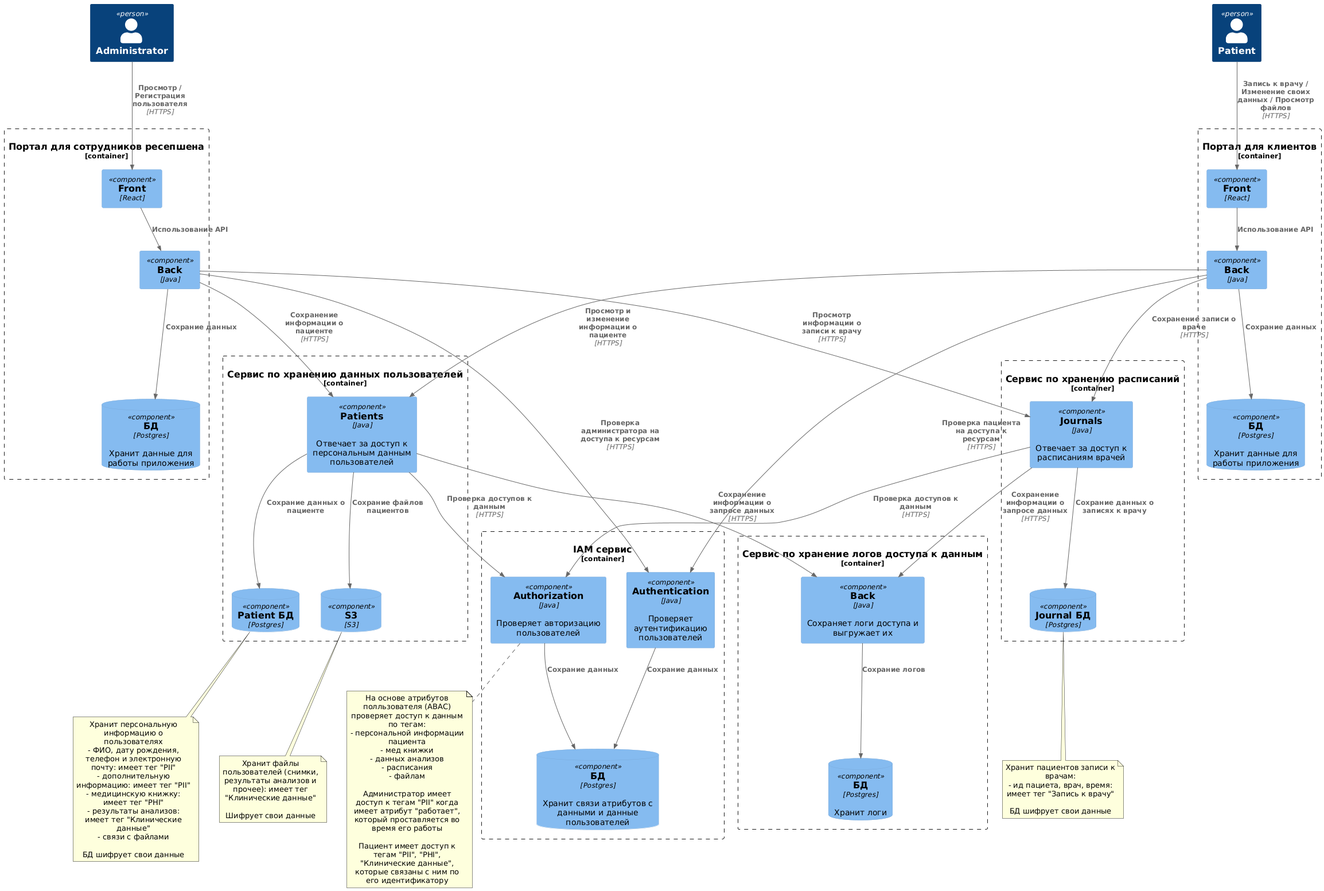
Earlier version of the PlantUML export Exc2/C4_container.png (Implozium/architecture-sprint-10).
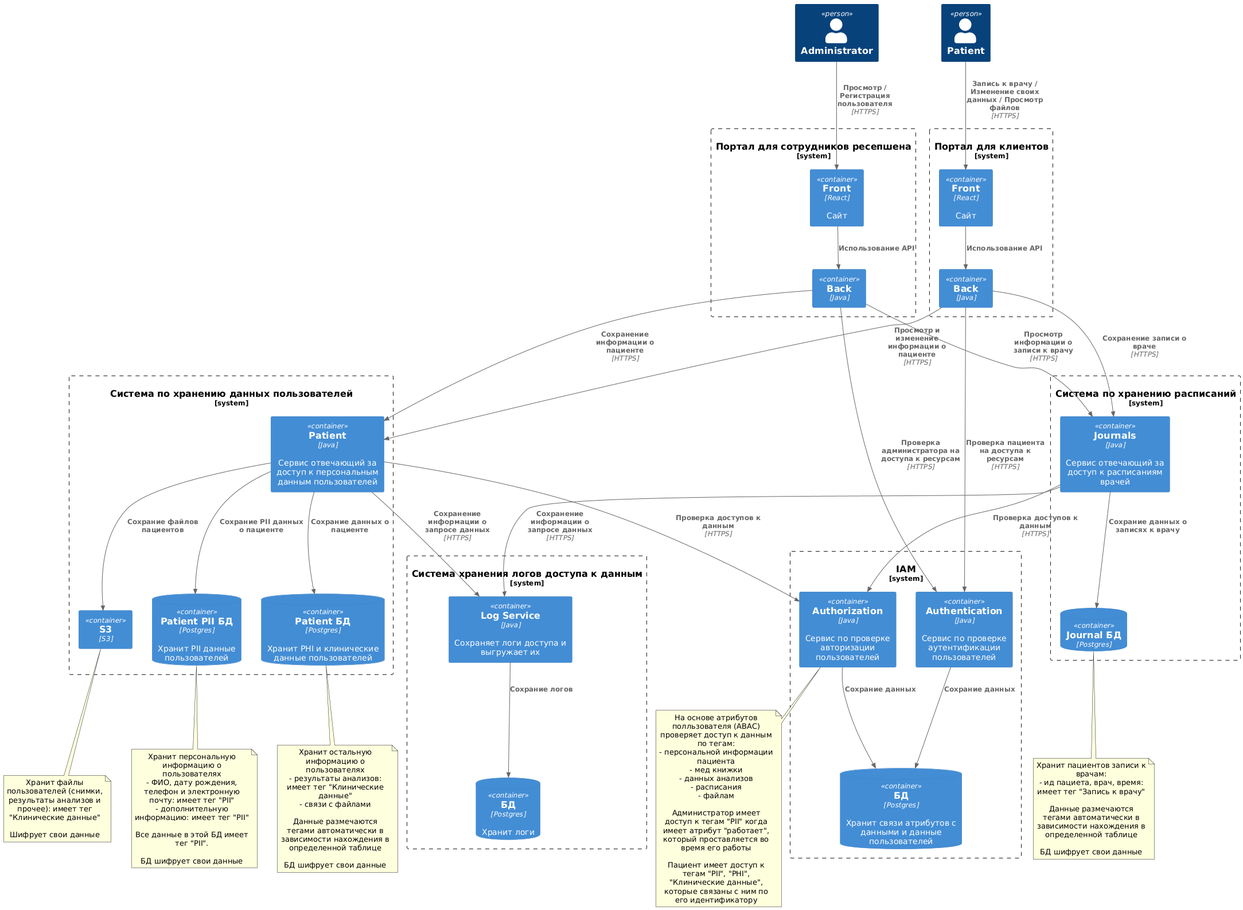
The same diagram one commit later.

What changed in the source:
```diff
@@ -4,17 +4,17 @@
 Person(administrator, "Administrator")
 Person(patient, "Patient")
 
-Container_Boundary(logService, "Сервис по хранение логов доступа к данным") {
-    Component(logServiceBack, "Back", "Java", "Сохраняет логи доступа и выгружает их")
-    ComponentDb(logServiceDB, "БД", "Postgres", "Хранит логи")
+System_Boundary(logSystem, "Система хранения логов доступа к данным") {
+    Container(logService, "Log Service", "Java", "Сохраняет логи доступа и выгружает их")
+    ContainerDb(logServiceDB, "БД", "Postgres", "Хранит логи")
 
-    Rel(logServiceBack, logServiceDB, "Сохрание логов")
+    Rel(logService, logServiceDB, "Сохрание логов")
 }
 
-Container_Boundary(iamService, "IAM сервис") {
-    Component(iamServiceAuthentication, "Authentication", "Java", "Проверяет аутентификацию пользователей")
-    Component(iamServiceAuthorization, "Authorization", "Java", "Проверяет авторизацию пользователей")
-    ComponentDb(iamServiceDB, "БД", "Postgres", "Хранит связи атрибутов с данными и данные пользователей")
+System_Boundary(iamSystem, "IAM") {
+    Container(iamServiceAuthentication, "Authentication", "Java", "Сервис по проверке аутентификации пользователей")
+    Container(iamServiceAuthorization, "Authorization", "Java", "Сервис по проверке авторизации пользователей")
+    ContainerDb(iamServiceDB, "БД", "Postgres", "Хранит связи атрибутов с данными и данные пользователей")
 
     Rel(iamServiceAuthentication, iamServiceDB, "Сохрание данных")
     Rel(iamServiceAuthorization, iamServiceDB, "Сохрание данных")
@@ -33,22 +33,33 @@
 Пациент имеет доступ к тегам "PII", "PHI", "Клинические данные", которые связаны с ним по его идентификатору
 end note
 
-Container_Boundary(patientService, "Сервис по хранению данных пользователей") {
-    Component(patientsCore, "Patients", "Java", "Отвечает за доступ к персональным данным пользователей")
-    ComponentDb(patientDB, "Patient БД", "Postgres")
-    ComponentDb(patientS3, "S3", "S3")
+System_Boundary(patientSystem, "Система по хранению данных пользователей") {
+    Container(patientService, "Patient", "Java", "Сервис отвечающий за доступ к персональным данным пользователей")
+    ContainerDb(patientPIIDB, "Patient PII БД", "Postgres", "Хранит PII данные пользователей")
+    ContainerDb(patientDB, "Patient БД", "Postgres", "Хранит PHI и клинические данные пользователей")
+    Container(patientS3, "S3", "S3")
 
-    Rel(patientsCore, patientS3, "Сохрание файлов пациентов")
-    Rel(patientsCore, patientDB, "Сохрание данных о пациенте")
+    Rel(patientService, patientS3, "Сохрание файлов пациентов")
+    Rel(patientService, patientPIIDB, "Сохрание PII данных о пациенте")
+    Rel(patientService, patientDB, "Сохрание данных о пациенте")
 }
 
-note bottom of patientDB
+note bottom of patientPIIDB
 Хранит персональную информацию о пользователях
 - ФИО, дату рождения, телефон и электронную почту: имеет тег "PII"
 - дополнительную информацию: имеет тег "PII"
-- медицинскую книжку: имеет тег "PHI"
+
+Все данные в этой БД имеет тег "PII".
+
+БД шифрует свои данные
+end note
+
+note bottom of patientDB
+Хранит остальную информацию о пользователях
 - результаты анализов: имеет тег "Клинические данные"
 - связи с файлами
+
+Данные размечаются тегами автоматически в зависимости нахождения в определенной таблице
 
 БД шифрует свои данные
 end note
@@ -59,53 +70,51 @@
 Шифрует свои данные
 end note
 
-Container_Boundary(journalService, "Сервис по хранению расписаний") {
-    Component(journalCore, "Journals", "Java", "Отвечает за доступ к расписаниям врачей")
-    ComponentDb(journalDB, "Journal БД", "Postgres")
+System_Boundary(journalSystem, "Система по хранению расписаний") {
+    Container(journalService, "Journals", "Java", "Сервис отвечающий за доступ к расписаниям врачей")
+    ContainerDb(journalDB, "Journal БД", "Postgres")
 
-    Rel(journalCore, journalDB, "Сохрание данных о записях к врачу")
+    Rel(journalService, journalDB, "Сохрание данных о записях к врачу")
 }
 
 note bottom of journalDB
 Хранит пациентов записи к врачам:
 - ид пациета, врач, время: имеет тег "Запись к врачу"
 
+Данные размечаются тегами автоматически в зависимости нахождения в определенной таблице
+
 БД шифрует свои данные
 end note
 
-Container_Boundary(clientPortal, "Портал для клиентов") {
-    Component(clientPortalFront, "Front", "React")
-    Component(clientPortalBack, "Back", "Java")
-    ComponentDb(clientPortalDB, "БД", "Postgres", "Хранит данные для работы приложения")
+System_Boundary(clientPortal, "Портал для клиентов") {
+    Container(clientPortalFront, "Front", "React", "Сайт")
+    Container(clientPortalBack, "Back", "Java")
 
     Rel(clientPortalFront, clientPortalBack, "Использование API")
-    Rel(clientPortalBack, clientPortalDB, "Сохрание данных")
 }
 
-Container_Boundary(administratorPortal, "Портал для сотрудников ресепшена") {
-    Component(administratorPortalFront, "Front", "React")
-    Component(administratorPortalBack, "Back", "Java")
-    ComponentDb(administratorPortalDB, "БД", "Postgres", "Хранит данные для работы приложения")
+System_Boundary(administratorPortal, "Портал для сотрудников ресепшена") {
+    Container(administratorPortalFront, "Front", "React", "Сайт")
+    Container(administratorPortalBack, "Back", "Java")
 
     Rel(administratorPortalFront, administratorPortalBack, "Использование API")
-    Rel(administratorPortalBack, administratorPortalDB, "Сохрание данных")
 }
 
-Rel(clientPortalBack, journalCore, "Сохранение записи о враче", "HTTPS")
-Rel(clientPortalBack, patientsCore, "Просмотр и изменение информации о пациенте", "HTTPS")
+Rel(clientPortalBack, journalService, "Сохранение записи о враче", "HTTPS")
+Rel(clientPortalBack, patientService, "Просмотр и изменение информации о пациенте", "HTTPS")
 Rel(clientPortalBack, iamServiceAuthentication, "Проверка пациента на доступа к ресурсам", "HTTPS")
 
-Rel(administratorPortalBack, patientsCore, "Сохранение информации о пациенте", "HTTPS")
-Rel(administratorPortalBack, journalCore, "Просмотр информации о записи к врачу", "HTTPS")
+Rel(administratorPortalBack, patientService, "Сохранение информации о пациенте", "HTTPS")
+Rel(administratorPortalBack, journalService, "Просмотр информации о записи к врачу", "HTTPS")
 Rel(administratorPortalBack, iamServiceAuthentication, "Проверка администратора на доступа к ресурсам", "HTTPS")
 
 Rel(patient, clientPortalFront, "Запись к врачу / Изменение своих данных / Просмотр файлов", "HTTPS")
 
 Rel(administrator, administratorPortalFront, "Просмотр / Регистрация пользователя", "HTTPS")
 
-Rel(patientsCore, iamServiceAuthorization, "Проверка доступов к данным", "HTTPS")
-Rel(journalCore, iamServiceAuthorization, "Проверка доступов к данным", "HTTPS")
+Rel(patientService, iamServiceAuthorization, "Проверка доступов к данным", "HTTPS")
+Rel(journalService, iamServiceAuthorization, "Проверка доступов к данным", "HTTPS")
 
-Rel(patientsCore, logServiceBack, "Сохранение информации о запросе данных", "HTTPS")
-Rel(journalCore, logServiceBack, "Сохранение информации о запросе данных", "HTTPS")
+Rel(patientService, logService, "Сохранение информации о запросе данных", "HTTPS")
+Rel(journalService, logService, "Сохранение информации о запросе данных", "HTTPS")
 @enduml
```
